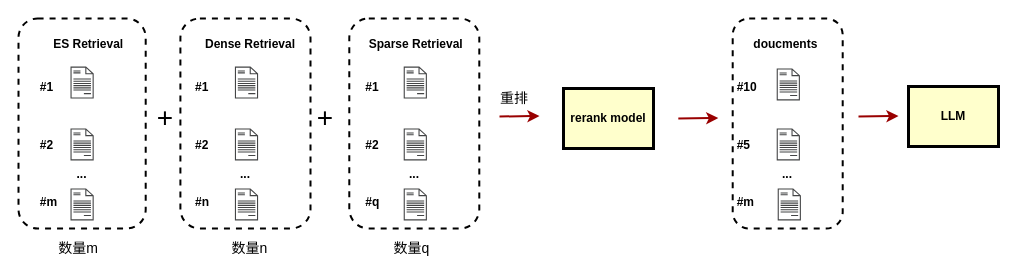
Earlier version of the draw.io diagram reranker.drawio (Wbxxx/Draw-architecture-diagram). Source tidied: cells renumbered, new cells numbered last; positions are measured from the earlier drawing's top-left corner, leaving out a move shared by most shapes. Both pictures are drawn from the tidied source at 100%, with x=0, y=0 at pixel (18, 18).
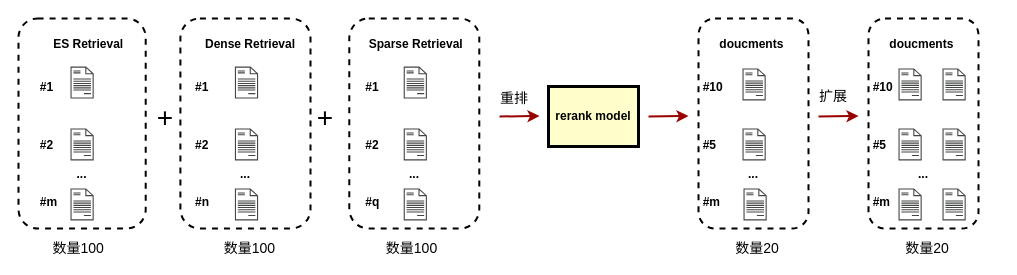
Above is the later version.

Diff of the diagram source:
```diff
@@
-    <mxCell id="14" value="数量m" style="text;spacingTop=-5;align=center;strokeWidth=3;fontSize=14;" parent="1" vertex="1">
+    <mxCell id="14" value="数量100" style="text;spacingTop=-5;align=center;strokeWidth=3;fontSize=14;" parent="1" vertex="1">
       <mxGeometry x="45.2" y="220" width="30" height="20" as="geometry" />
     </mxCell>
-    <mxCell id="15" value="数量n" style="text;spacingTop=-5;align=center;strokeWidth=3;fontSize=14;" parent="1" vertex="1">
+    <mxCell id="15" value="数量100" style="text;spacingTop=-5;align=center;strokeWidth=3;fontSize=14;" parent="1" vertex="1">
       <mxGeometry x="216.4" y="220" width="30" height="20" as="geometry" />
     </mxCell>
-    <mxCell id="16" value="数量q" style="text;spacingTop=-5;align=center;strokeWidth=3;fontSize=14;" parent="1" vertex="1">
+    <mxCell id="16" value="数量100" style="text;spacingTop=-5;align=center;strokeWidth=3;fontSize=14;" parent="1" vertex="1">
       <mxGeometry x="378.5" y="220" width="30" height="20" as="geometry" />
     </mxCell>
@@
     <mxCell id="20" value="rerank model" style="whiteSpace=wrap;align=center;verticalAlign=middle;fontStyle=1;strokeWidth=3;fillColor=#FFFFCC;" parent="1" vertex="1">
-      <mxGeometry x="545" y="70" width="90" height="60" as="geometry" />
+      <mxGeometry x="530" y="68" width="90" height="60" as="geometry" />
     </mxCell>
@@
     <mxCell id="22" value="&lt;div style=&quot;&quot;&gt;&lt;b style=&quot;background-color: initial;&quot;&gt;&amp;nbsp; &amp;nbsp; &amp;nbsp;doucments&amp;nbsp; &amp;nbsp; &amp;nbsp;&amp;nbsp;&lt;/b&gt;&lt;/div&gt;&lt;div&gt;&lt;b&gt;&lt;br&gt;&lt;/b&gt;&lt;div&gt;&lt;b style=&quot;background-color: initial;&quot;&gt;&lt;br&gt;&lt;/b&gt;&lt;/div&gt;&lt;div style=&quot;text-align: left;&quot;&gt;&lt;b style=&quot;background-color: initial;&quot;&gt;#10&lt;/b&gt;&lt;br&gt;&lt;/div&gt;&lt;div style=&quot;text-align: left;&quot;&gt;&lt;b style=&quot;background-color: initial;&quot;&gt;&lt;br&gt;&lt;/b&gt;&lt;/div&gt;&lt;div style=&quot;text-align: left;&quot;&gt;&lt;b style=&quot;background-color: initial;&quot;&gt;&lt;br&gt;&lt;/b&gt;&lt;/div&gt;&lt;div&gt;&lt;b&gt;&lt;br&gt;&lt;/b&gt;&lt;/div&gt;&lt;div style=&quot;text-align: left;&quot;&gt;&lt;b&gt;#5&lt;/b&gt;&lt;/div&gt;&lt;div&gt;&lt;b&gt;&lt;br&gt;&lt;/b&gt;&lt;/div&gt;&lt;div&gt;&lt;b&gt;...&lt;/b&gt;&lt;/div&gt;&lt;div&gt;&lt;b&gt;&lt;br&gt;&lt;/b&gt;&lt;/div&gt;&lt;div style=&quot;text-align: left;&quot;&gt;&lt;b&gt;#m&lt;/b&gt;&lt;/div&gt;&lt;/div&gt;" style="rounded=1;whiteSpace=wrap;html=1;strokeWidth=2;dashed=1;align=center;" parent="1" vertex="1">
-      <mxGeometry x="714.2" width="110" height="210" as="geometry" />
+      <mxGeometry x="680" width="110" height="210" as="geometry" />
     </mxCell>
     <mxCell id="23" style="sketch=0;shadow=0;dashed=0;html=1;strokeColor=none;fillColor=#434445;labelPosition=center;verticalLabelPosition=bottom;verticalAlign=top;align=center;shape=mxgraph.vvd.document;" parent="1" vertex="1">
-      <mxGeometry x="758.2" y="50" width="23.2" height="31.9" as="geometry" />
+      <mxGeometry x="724" y="50" width="23.2" height="31.9" as="geometry" />
     </mxCell>
     <mxCell id="24" style="sketch=0;shadow=0;dashed=0;html=1;strokeColor=none;fillColor=#434445;labelPosition=center;verticalLabelPosition=bottom;verticalAlign=top;align=center;shape=mxgraph.vvd.document;" parent="1" vertex="1">
-      <mxGeometry x="758.2" y="110" width="23.2" height="31.9" as="geometry" />
+      <mxGeometry x="724" y="110" width="23.2" height="31.9" as="geometry" />
     </mxCell>
     <mxCell id="25" style="sketch=0;shadow=0;dashed=0;html=1;strokeColor=none;fillColor=#434445;labelPosition=center;verticalLabelPosition=bottom;verticalAlign=top;align=center;shape=mxgraph.vvd.document;" parent="1" vertex="1">
-      <mxGeometry x="759.2" y="170" width="23.2" height="31.9" as="geometry" />
+      <mxGeometry x="725" y="170" width="23.2" height="31.9" as="geometry" />
     </mxCell>
     <mxCell id="26" style="edgeStyle=none;noEdgeStyle=1;strokeColor=#990000;strokeWidth=2;" parent="1" edge="1">
       <mxGeometry relative="1" as="geometry">
-        <mxPoint x="659.8" y="100" as="sourcePoint" />
-        <mxPoint x="699.8" y="99.5" as="targetPoint" />
+        <mxPoint x="630" y="98" as="sourcePoint" />
+        <mxPoint x="670" y="97.5" as="targetPoint" />
       </mxGeometry>
     </mxCell>
-    <mxCell id="27" value="LLM" style="whiteSpace=wrap;align=center;verticalAlign=middle;fontStyle=1;strokeWidth=3;fillColor=#FFFFCC;" parent="1" vertex="1">
-      <mxGeometry x="890" y="68" width="90" height="60" as="geometry" />
-    </mxCell>
     <mxCell id="28" style="edgeStyle=none;noEdgeStyle=1;strokeColor=#990000;strokeWidth=2;" parent="1" edge="1">
       <mxGeometry relative="1" as="geometry">
-        <mxPoint x="840" y="98" as="sourcePoint" />
-        <mxPoint x="880" y="97.5" as="targetPoint" />
+        <mxPoint x="800" y="98" as="sourcePoint" />
+        <mxPoint x="840" y="97.5" as="targetPoint" />
       </mxGeometry>
     </mxCell>
+    <mxCell id="29" value="数量20" style="text;spacingTop=-5;align=center;strokeWidth=3;fontSize=14;" parent="1" vertex="1">
+      <mxGeometry x="724" y="220" width="30" height="20" as="geometry" />
+    </mxCell>
+    <mxCell id="30" value="&lt;div style=&quot;&quot;&gt;&lt;b style=&quot;background-color: initial;&quot;&gt;&amp;nbsp; &amp;nbsp; &amp;nbsp;doucments&amp;nbsp; &amp;nbsp; &amp;nbsp;&amp;nbsp;&lt;/b&gt;&lt;/div&gt;&lt;div&gt;&lt;b&gt;&lt;br&gt;&lt;/b&gt;&lt;div&gt;&lt;b style=&quot;background-color: initial;&quot;&gt;&lt;br&gt;&lt;/b&gt;&lt;/div&gt;&lt;div style=&quot;text-align: left;&quot;&gt;&lt;b style=&quot;background-color: initial;&quot;&gt;#10&lt;/b&gt;&lt;br&gt;&lt;/div&gt;&lt;div style=&quot;text-align: left;&quot;&gt;&lt;b style=&quot;background-color: initial;&quot;&gt;&lt;br&gt;&lt;/b&gt;&lt;/div&gt;&lt;div style=&quot;text-align: left;&quot;&gt;&lt;b style=&quot;background-color: initial;&quot;&gt;&lt;br&gt;&lt;/b&gt;&lt;/div&gt;&lt;div&gt;&lt;b&gt;&lt;br&gt;&lt;/b&gt;&lt;/div&gt;&lt;div style=&quot;text-align: left;&quot;&gt;&lt;b&gt;#5&lt;/b&gt;&lt;/div&gt;&lt;div&gt;&lt;b&gt;&lt;br&gt;&lt;/b&gt;&lt;/div&gt;&lt;div&gt;&lt;b&gt;...&lt;/b&gt;&lt;/div&gt;&lt;div&gt;&lt;b&gt;&lt;br&gt;&lt;/b&gt;&lt;/div&gt;&lt;div style=&quot;text-align: left;&quot;&gt;&lt;b&gt;#m&lt;/b&gt;&lt;/div&gt;&lt;/div&gt;" style="rounded=1;whiteSpace=wrap;html=1;strokeWidth=2;dashed=1;align=center;" parent="1" vertex="1">
+      <mxGeometry x="850" width="110" height="210" as="geometry" />
+    </mxCell>
+    <mxCell id="31" style="sketch=0;shadow=0;dashed=0;html=1;strokeColor=none;fillColor=#434445;labelPosition=center;verticalLabelPosition=bottom;verticalAlign=top;align=center;shape=mxgraph.vvd.document;" parent="1" vertex="1">
+      <mxGeometry x="880" y="50" width="23.2" height="31.9" as="geometry" />
+    </mxCell>
+    <mxCell id="32" style="sketch=0;shadow=0;dashed=0;html=1;strokeColor=none;fillColor=#434445;labelPosition=center;verticalLabelPosition=bottom;verticalAlign=top;align=center;shape=mxgraph.vvd.document;" parent="1" vertex="1">
+      <mxGeometry x="880" y="110" width="23.2" height="31.9" as="geometry" />
+    </mxCell>
+    <mxCell id="33" style="sketch=0;shadow=0;dashed=0;html=1;strokeColor=none;fillColor=#434445;labelPosition=center;verticalLabelPosition=bottom;verticalAlign=top;align=center;shape=mxgraph.vvd.document;" parent="1" vertex="1">
+      <mxGeometry x="880" y="170" width="23.2" height="31.9" as="geometry" />
+    </mxCell>
+    <mxCell id="34" value="数量20" style="text;spacingTop=-5;align=center;strokeWidth=3;fontSize=14;" parent="1" vertex="1">
+      <mxGeometry x="894" y="220" width="30" height="20" as="geometry" />
+    </mxCell>
+    <mxCell id="35" style="sketch=0;shadow=0;dashed=0;html=1;strokeColor=none;fillColor=#434445;labelPosition=center;verticalLabelPosition=bottom;verticalAlign=top;align=center;shape=mxgraph.vvd.document;" parent="1" vertex="1">
+      <mxGeometry x="924" y="50" width="23.2" height="31.9" as="geometry" />
+    </mxCell>
+    <mxCell id="36" style="sketch=0;shadow=0;dashed=0;html=1;strokeColor=none;fillColor=#434445;labelPosition=center;verticalLabelPosition=bottom;verticalAlign=top;align=center;shape=mxgraph.vvd.document;" parent="1" vertex="1">
+      <mxGeometry x="924" y="110" width="23.2" height="31.9" as="geometry" />
+    </mxCell>
+    <mxCell id="37" style="sketch=0;shadow=0;dashed=0;html=1;strokeColor=none;fillColor=#434445;labelPosition=center;verticalLabelPosition=bottom;verticalAlign=top;align=center;shape=mxgraph.vvd.document;" parent="1" vertex="1">
+      <mxGeometry x="924" y="170" width="23.2" height="31.9" as="geometry" />
+    </mxCell>
+    <mxCell id="38" value="扩展" style="text;spacingTop=-5;align=center;strokeWidth=3;fontSize=14;" parent="1" vertex="1">
+      <mxGeometry x="800" y="68" width="30" height="20" as="geometry" />
+    </mxCell>
```
